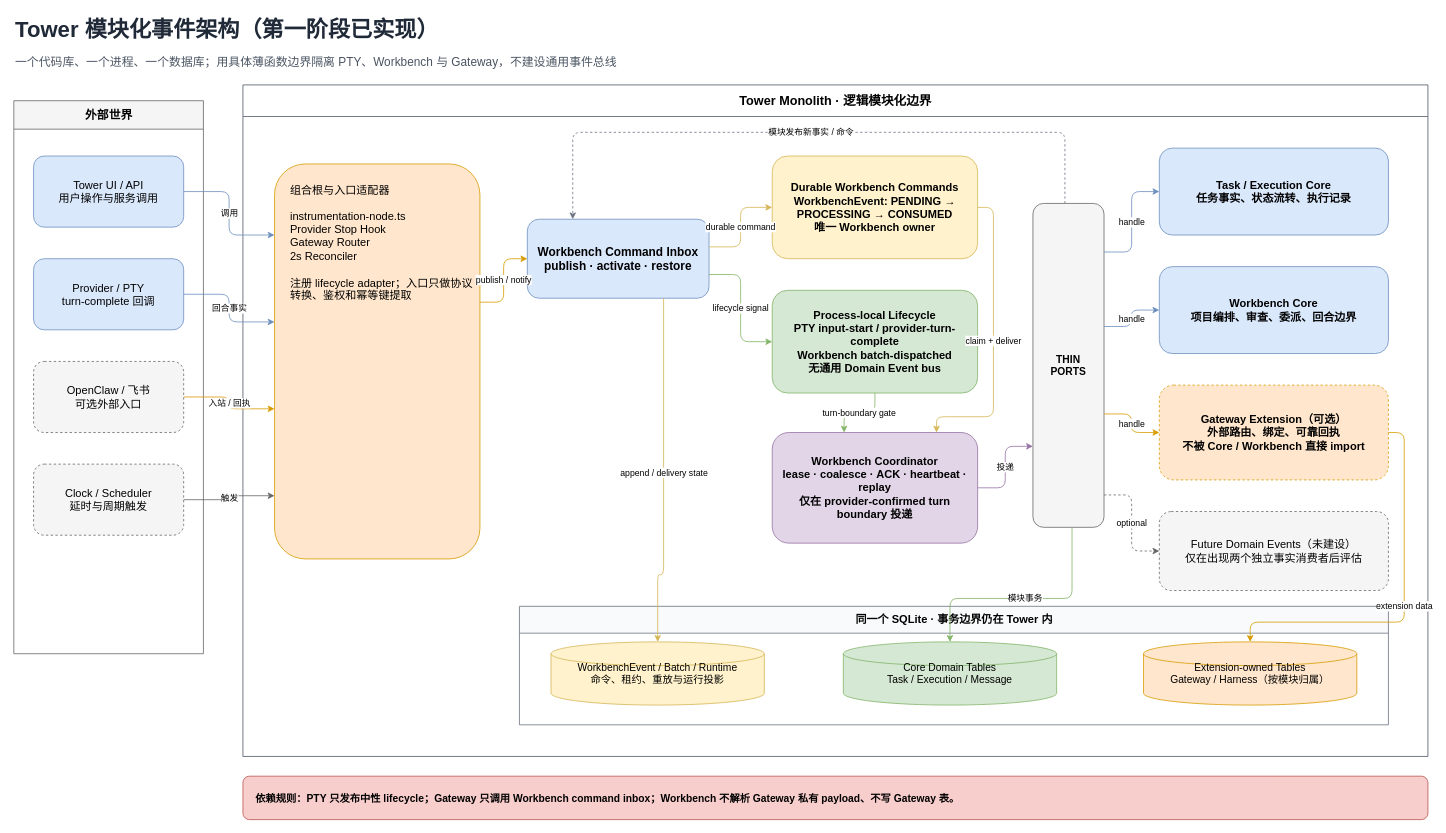
This is page "01 模块边界" (1 of 2) of docs/diagrams/tower-modular-event-architecture-target.drawio from jp-liu/tower, a draw.io file, before an edit. Source tidied: cells renumbered, new cells numbered last; positions are measured from the earlier drawing's top-left corner, leaving out a move shared by most shapes. Both pictures are drawn from the tidied source at 79%, with x=0, y=0 at pixel (13, 13).
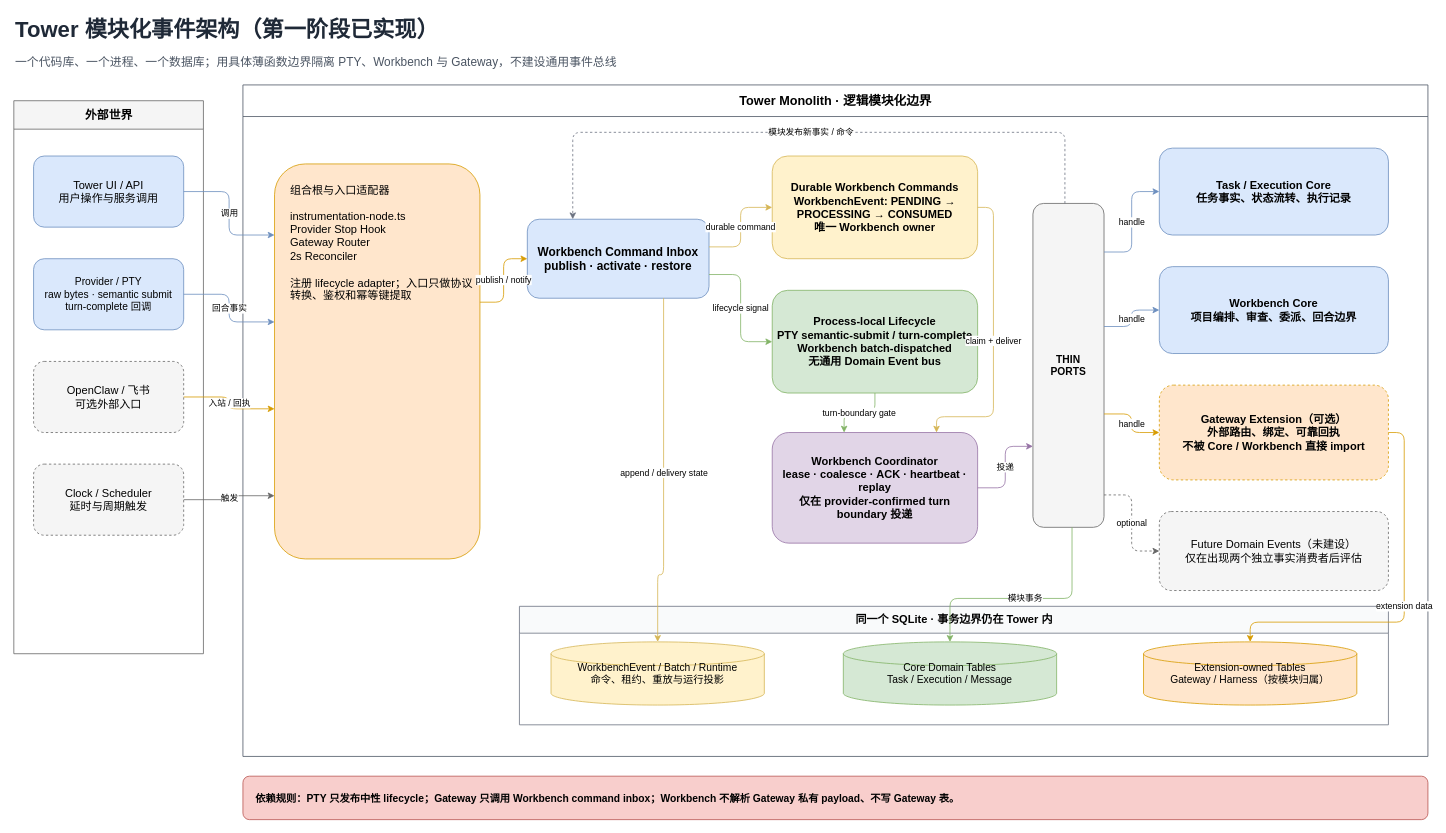
Above is the later version.

Unchanged cells that the change refers to:
```xml
<mxCell id="4" value="外部世界" style="swimlane;startSize=36;rounded=0;html=1;fillColor=#f5f5f5;strokeColor=#666666;fontStyle=1;fontSize=15;" parent="1" vertex="1">
  <mxGeometry y="110" width="240" height="700" as="geometry" />
</mxCell>
<mxCell id="9" value="Tower Monolith  ·  逻辑模块化边界" style="swimlane;startSize=40;rounded=0;html=1;fillColor=#ffffff;strokeColor=#4b5563;fontStyle=1;fontSize=16;" parent="1" vertex="1">
  <mxGeometry x="290" y="90" width="1500" height="850" as="geometry" />
</mxCell>
```

What changed in the source:
```diff
@@
-    <mxCell id="6" value="Provider / PTY&#10;turn-complete 回调" style="rounded=1;whiteSpace=wrap;html=1;fillColor=#dae8fc;strokeColor=#6c8ebf;fontSize=14;" parent="4" vertex="1">
+    <mxCell id="6" value="Provider / PTY&#10;raw bytes · semantic submit&#10;turn-complete 回调" style="rounded=1;whiteSpace=wrap;html=1;fillColor=#dae8fc;strokeColor=#6c8ebf;fontSize=13;" parent="4" vertex="1">
       <mxGeometry x="25" y="200" width="190" height="90" as="geometry" />
     </mxCell>
@@
-    <mxCell id="13" value="Process-local Lifecycle&#10;PTY input-start / provider-turn-complete&#10;Workbench batch-dispatched&#10;无通用 Domain Event bus" style="rounded=1;whiteSpace=wrap;html=1;fillColor=#d5e8d4;strokeColor=#82b366;fontSize=14;fontStyle=1;" parent="9" vertex="1">
+    <mxCell id="13" value="Process-local Lifecycle&#10;PTY semantic-submit / turn-complete&#10;Workbench batch-dispatched&#10;无通用 Domain Event bus" style="rounded=1;whiteSpace=wrap;html=1;fillColor=#d5e8d4;strokeColor=#82b366;fontSize=14;fontStyle=1;" parent="9" vertex="1">
       <mxGeometry x="670" y="260" width="260" height="130" as="geometry" />
     </mxCell>
```
